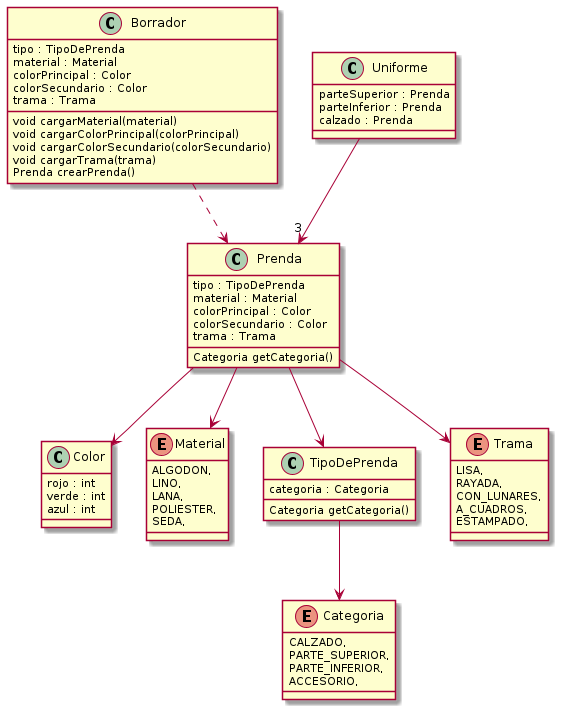
Earlier version of the PlantUML export out/diagrama/QMP2.png (mbeorlegui/que-me-pongo).
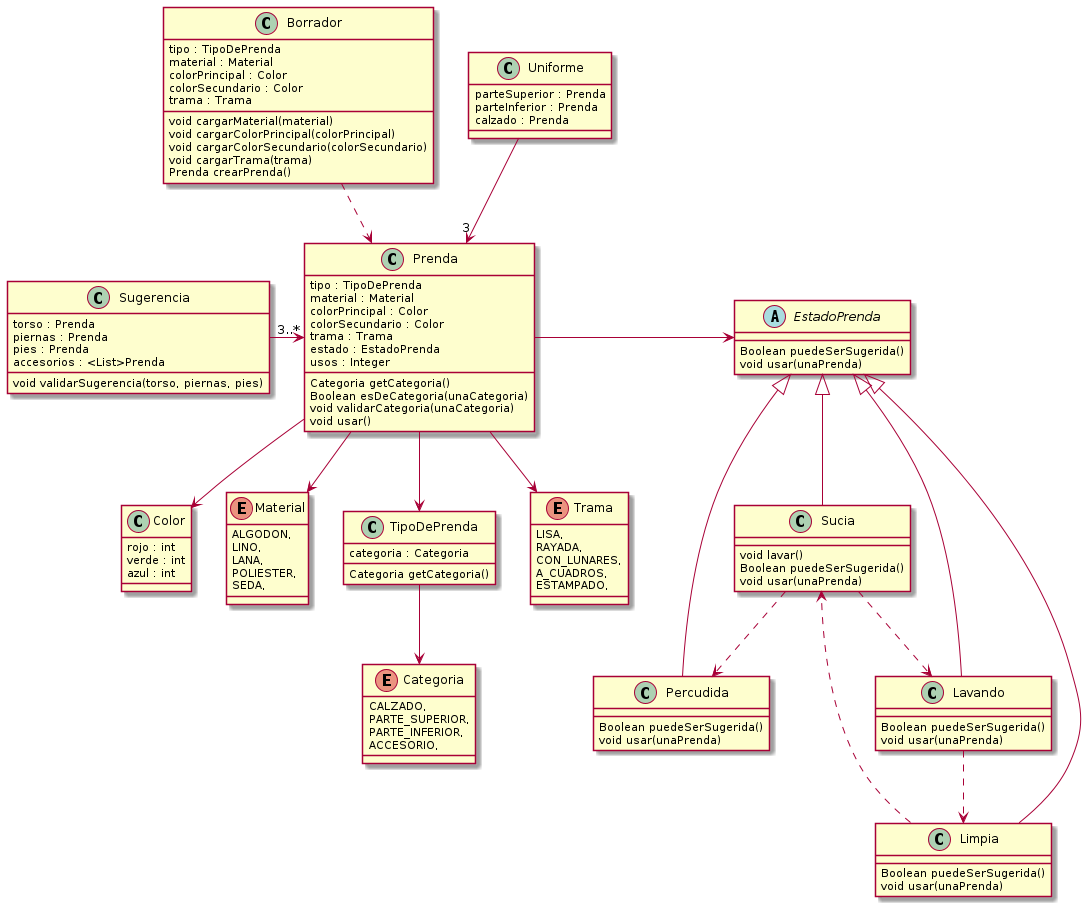
After the change.

The edit, as a diff of the source:
```diff
@@ -6,8 +6,13 @@
   colorPrincipal : Color
   colorSecundario : Color
   trama : Trama
+  estado : EstadoPrenda
+  usos : Integer
 
   Categoria getCategoria()
+  Boolean esDeCategoria(unaCategoria)
+  void validarCategoria(unaCategoria)
+  void usar()
 }
 
 
@@ -78,4 +83,58 @@
 Uniforme -->"3" Prenda
 Borrador ..> Prenda
 
+
+class Sugerencia {
+  torso : Prenda
+  piernas : Prenda
+  pies : Prenda
+  accesorios : <List>Prenda
+
+  void validarSugerencia(torso, piernas, pies)
+
+}
+
+
+Sugerencia -> "3..*" Prenda
+
+
+
+abstract EstadoPrenda {
+  Boolean puedeSerSugerida()
+  void usar(unaPrenda)
+}
+
+class Sucia {
+  void lavar()
+  Boolean puedeSerSugerida()
+  void usar(unaPrenda)
+}
+
+class Percudida {
+  Boolean puedeSerSugerida()
+  void usar(unaPrenda)
+}
+
+class Limpia {
+  Boolean puedeSerSugerida()
+  void usar(unaPrenda)
+}
+
+class Lavando {
+  Boolean puedeSerSugerida()
+  void usar(unaPrenda)
+}
+
+EstadoPrenda <|-- Sucia
+EstadoPrenda <|-- Percudida
+EstadoPrenda <|-- Limpia
+EstadoPrenda <|-- Lavando
+
+Sucia ..> Percudida
+Sucia ..> Lavando
+Lavando ..> Limpia
+Limpia ..> Sucia
+
+Prenda -right-> EstadoPrenda
+
 @enduml
```
